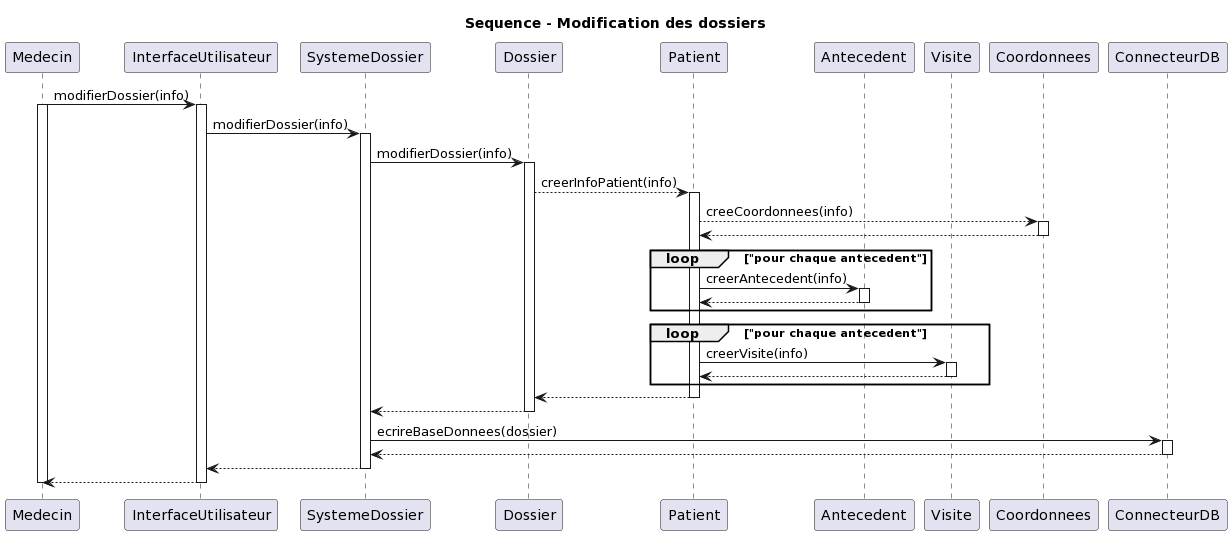
The PlantUML diagram diagrammes/SEQMOD.png in vbrayuqam/projet-genielog, before a commit. Its diagram source:
```plantuml
@startuml
title Sequence - Modification des dossiers

participant Medecin as M
participant InterfaceUtilisateur as U
participant SystemeDossier as S
participant Dossier as D
participant Patient as P
participant Antecedent as A
participant Visite as V
participant Coordonnees as C
participant ConnecteurDB as DB


M -> U: modifierDossier(info)
activate M
activate U
U -> S: modifierDossier(info)
activate S
S -> D: modifierDossier(info)
activate D
D --> P: creerInfoPatient(info)
activate P
P --> C: creeCoordonnees(info)
activate C
C --> P
deactivate C

loop "pour chaque antecedent"
  P -> A: creerAntecedent(info)
  activate A
  A --> P
  deactivate A
end loop

loop "pour chaque antecedent"
  P -> V: creerVisite(info)
  activate V
  V --> P
  deactivate V
end loop

P --> D
deactivate P
D --> S
deactivate D
S -> DB: ecrireBaseDonnees(dossier)
activate DB
DB --> S
deactivate DB
S --> U
deactivate S
U --> M
deactivate U
deactivate M
@enduml
```
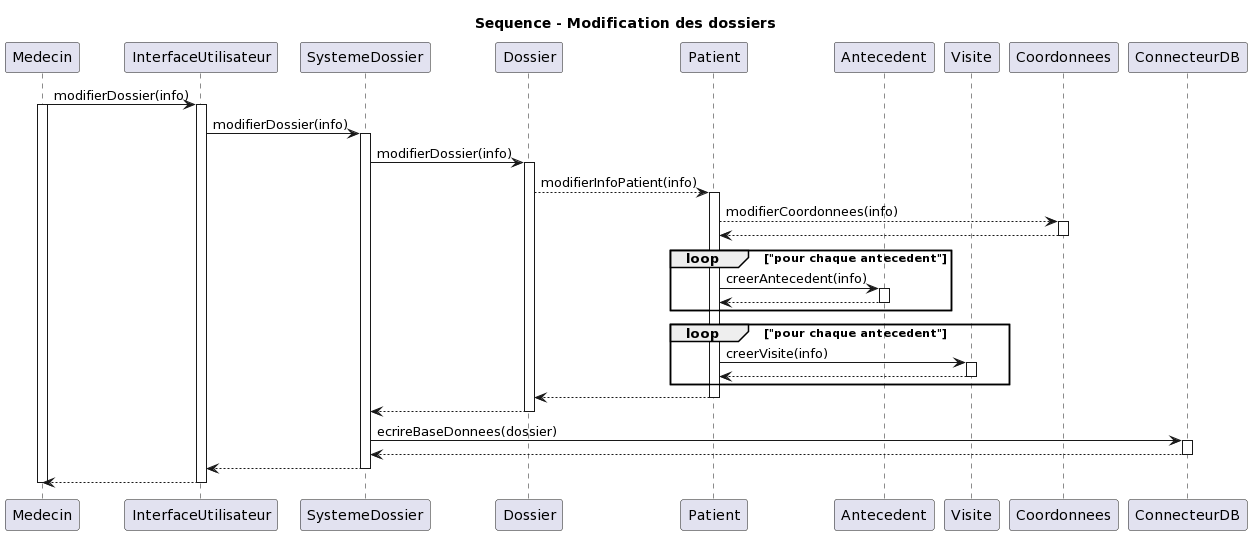
After the commit.

Commit message:
petite modif

Change to the diagram source:
```diff
@@ -19,9 +19,9 @@
 activate S
 S -> D: modifierDossier(info)
 activate D
-D --> P: creerInfoPatient(info)
+D --> P: modifierInfoPatient(info)
 activate P
-P --> C: creeCoordonnees(info)
+P --> C: modifierCoordonnees(info)
 activate C
 C --> P
 deactivate C
```
